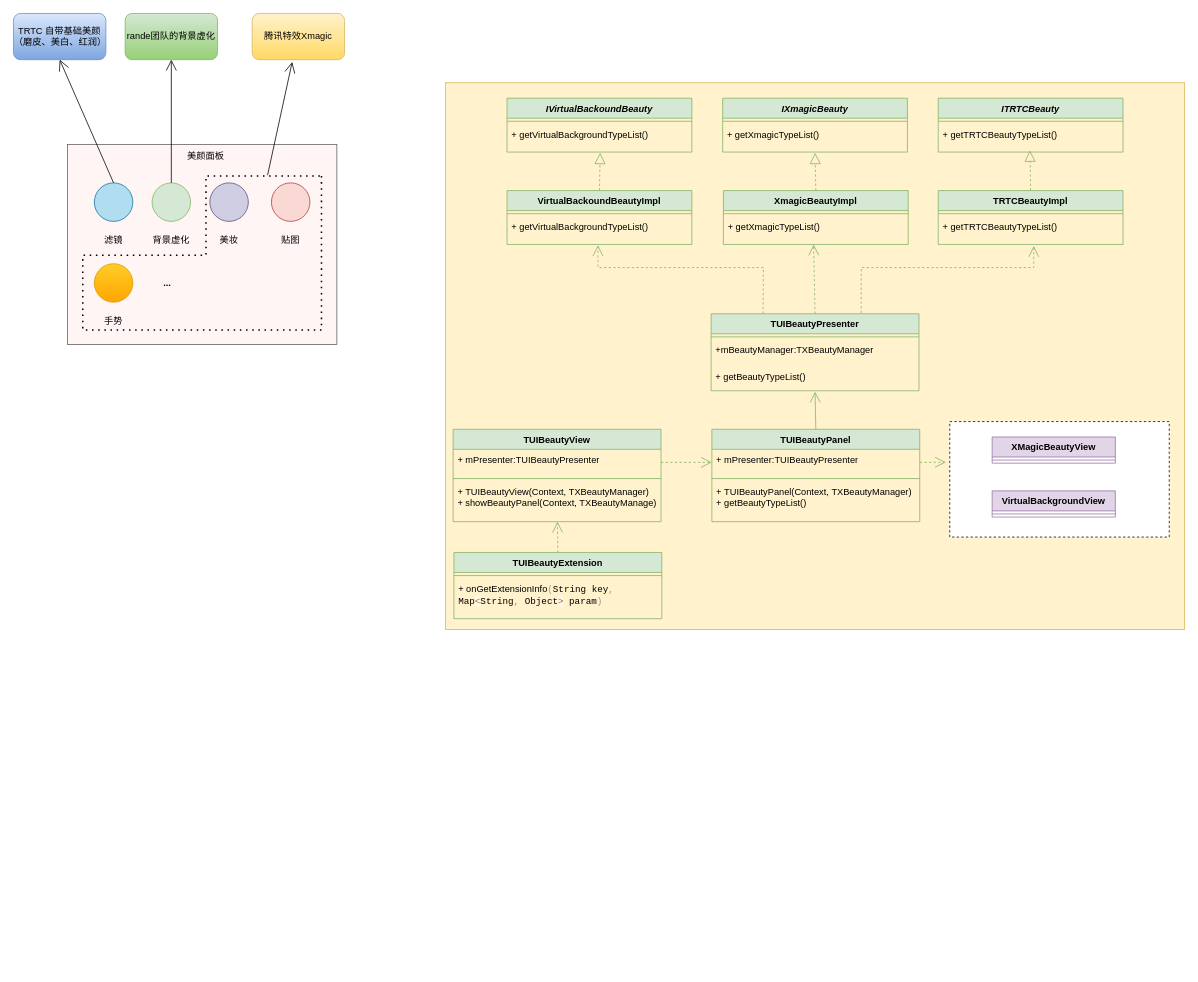
Before: diagrams/tuilivekit.drawio in paopaosecret/resources, a draw.io diagram. Source tidied: cells renumbered, new cells numbered last; positions are measured from the earlier drawing's top-left corner, leaving out a move shared by most shapes. Both pictures are drawn from the tidied source at 77%, with x=0, y=0 at pixel (13, 13).
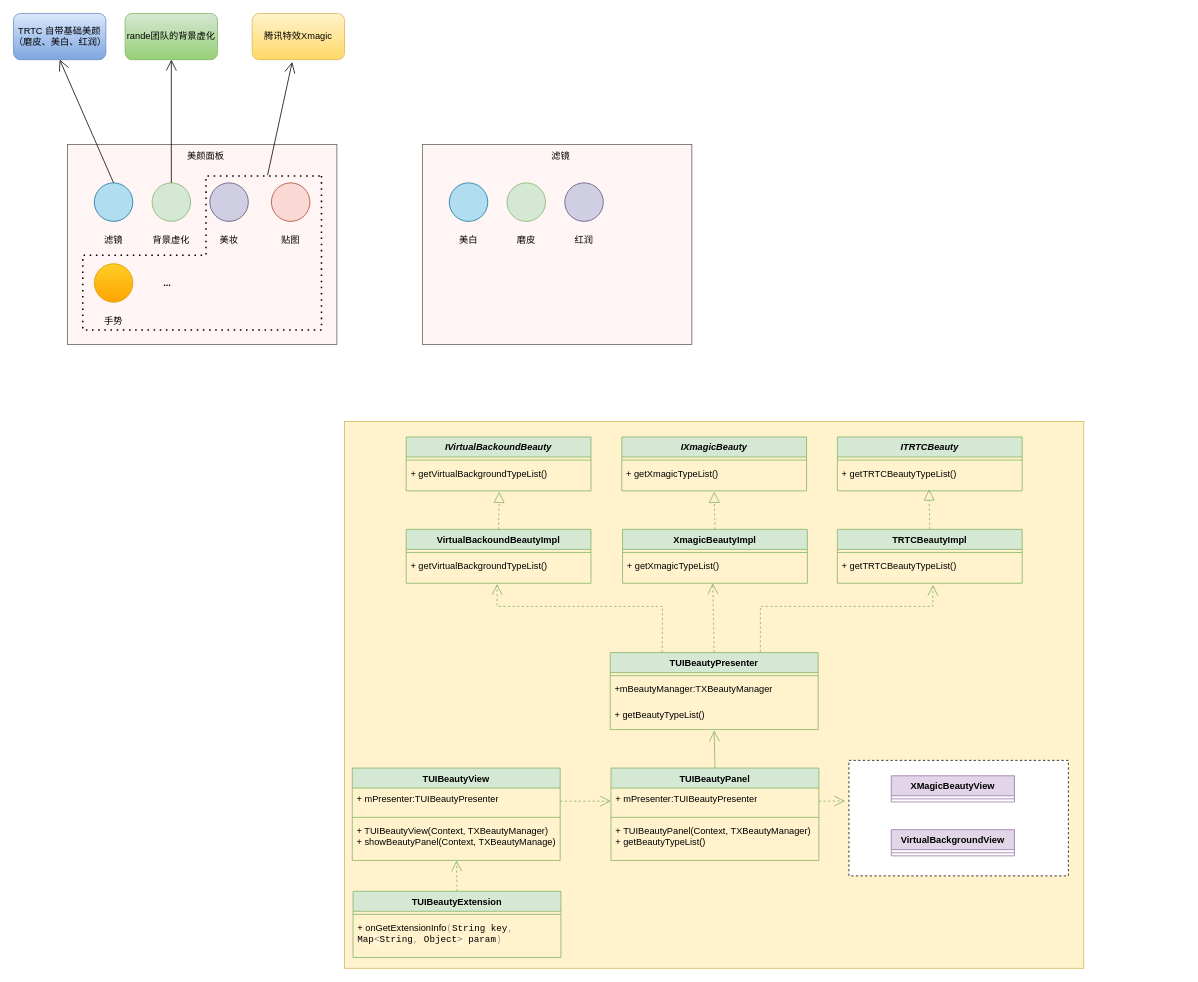
After the change.

The change refers to these unchanged cells:
```xml
<mxCell id="47" value="+ getVirtualBackgroundTypeList()" style="text;align=left;verticalAlign=top;spacingLeft=4;spacingRight=4;overflow=hidden;points=[[0,0.5],[1,0.5]];portConstraint=eastwest;whiteSpace=wrap;html=1;" parent="45" vertex="1">
  <mxGeometry y="34" width="240" height="36" as="geometry" />
</mxCell>
```

What changed in the source:
```diff
@@
     <mxCell id="2" style="rounded=0;whiteSpace=wrap;html=1;fillColor=#fff2cc;strokeColor=#d6b656;" parent="1" vertex="1">
-      <mxGeometry x="561" y="90" width="960" height="710" as="geometry" />
+      <mxGeometry x="430" y="530" width="960" height="710" as="geometry" />
     </mxCell>
@@
     <mxCell id="23" value="TUIBeautyPresenter" style="swimlane;fontStyle=1;align=center;verticalAlign=top;horizontal=1;startSize=26;whiteSpace=wrap;html=1;fillColor=#d5e8d4;strokeColor=#82b366;" parent="1" vertex="1">
-      <mxGeometry x="906" y="390" width="270" height="100" as="geometry" />
+      <mxGeometry x="775" y="830" width="270" height="100" as="geometry" />
     </mxCell>
@@
     <mxCell id="27" value="&lt;i&gt;ITRTCBeauty&lt;/i&gt;" style="swimlane;fontStyle=1;align=center;verticalAlign=top;horizontal=1;startSize=26;whiteSpace=wrap;html=1;fillColor=#d5e8d4;strokeColor=#82b366;" parent="1" vertex="1">
-      <mxGeometry x="1201" y="110" width="240" height="70" as="geometry" />
+      <mxGeometry x="1070" y="550" width="240" height="70" as="geometry" />
     </mxCell>
@@
     <mxCell id="30" value="TUIBeautyView" style="swimlane;fontStyle=1;align=center;verticalAlign=top;horizontal=1;startSize=26;whiteSpace=wrap;html=1;fillColor=#d5e8d4;strokeColor=#82b366;" parent="1" vertex="1">
-      <mxGeometry x="571" y="540" width="270" height="120" as="geometry" />
+      <mxGeometry x="440" y="980" width="270" height="120" as="geometry" />
     </mxCell>
@@
     <mxCell id="34" value="&lt;i&gt;IVirtualBackoundBeauty&lt;/i&gt;" style="swimlane;fontStyle=1;align=center;verticalAlign=top;horizontal=1;startSize=26;whiteSpace=wrap;html=1;fillColor=#d5e8d4;strokeColor=#82b366;" parent="1" vertex="1">
-      <mxGeometry x="641" y="110" width="240" height="70" as="geometry" />
+      <mxGeometry x="510" y="550" width="240" height="70" as="geometry" />
     </mxCell>
@@
     <mxCell id="37" value="&lt;i&gt;IXmagicBeauty&lt;/i&gt;" style="swimlane;fontStyle=1;align=center;verticalAlign=top;horizontal=1;startSize=26;whiteSpace=wrap;html=1;fillColor=#d5e8d4;strokeColor=#82b366;" parent="1" vertex="1">
-      <mxGeometry x="921" y="110" width="240" height="70" as="geometry" />
+      <mxGeometry x="790" y="550" width="240" height="70" as="geometry" />
     </mxCell>
@@
     <mxCell id="41" value="TUIBeautyExtension" style="swimlane;fontStyle=1;align=center;verticalAlign=top;horizontal=1;startSize=26;whiteSpace=wrap;html=1;fillColor=#d5e8d4;strokeColor=#82b366;" parent="1" vertex="1">
-      <mxGeometry x="572" y="700" width="270" height="86" as="geometry" />
+      <mxGeometry x="441" y="1140" width="270" height="86" as="geometry" />
     </mxCell>
@@
     <mxCell id="45" value="VirtualBackoundBeautyImpl" style="swimlane;fontStyle=1;align=center;verticalAlign=top;horizontal=1;startSize=26;whiteSpace=wrap;html=1;fillColor=#d5e8d4;strokeColor=#82b366;" parent="1" vertex="1">
-      <mxGeometry x="641" y="230" width="240" height="70" as="geometry" />
+      <mxGeometry x="510" y="670" width="240" height="70" as="geometry" />
     </mxCell>
@@
     <mxCell id="48" value="XmagicBeautyImpl" style="swimlane;fontStyle=1;align=center;verticalAlign=top;horizontal=1;startSize=26;whiteSpace=wrap;html=1;fillColor=#d5e8d4;strokeColor=#82b366;" parent="1" vertex="1">
-      <mxGeometry x="922" y="230" width="240" height="70" as="geometry" />
+      <mxGeometry x="791" y="670" width="240" height="70" as="geometry" />
     </mxCell>
@@
     <mxCell id="51" value="TRTCBeautyImpl" style="swimlane;fontStyle=1;align=center;verticalAlign=top;horizontal=1;startSize=26;whiteSpace=wrap;html=1;fillColor=#d5e8d4;strokeColor=#82b366;" parent="1" vertex="1">
-      <mxGeometry x="1201" y="230" width="240" height="70" as="geometry" />
+      <mxGeometry x="1070" y="670" width="240" height="70" as="geometry" />
     </mxCell>
@@
     <mxCell id="58" style="endArrow=open;endSize=12;dashed=1;html=1;rounded=0;exitX=0.722;exitY=-0.01;exitDx=0;exitDy=0;entryX=0.513;entryY=1.056;entryDx=0;entryDy=0;entryPerimeter=0;exitPerimeter=0;fillColor=#d5e8d4;strokeColor=#82b366;" parent="1" edge="1" source="23">
       <mxGeometry relative="1" as="geometry">
-        <mxPoint x="1325.1" y="302" as="targetPoint" />
+        <mxPoint x="1194.1" y="742" as="targetPoint" />
         <Array as="points">
-          <mxPoint x="1101" y="330" />
-          <mxPoint x="1325" y="330" />
+          <mxPoint x="970" y="770" />
+          <mxPoint x="1194" y="770" />
         </Array>
       </mxGeometry>
     </mxCell>
     <mxCell id="59" style="endArrow=open;endSize=12;dashed=1;html=1;rounded=0;exitX=0.25;exitY=0;exitDx=0;exitDy=0;entryX=0.492;entryY=1.028;entryDx=0;entryDy=0;entryPerimeter=0;fillColor=#d5e8d4;strokeColor=#82b366;" parent="1" edge="1" source="23" target="47">
       <mxGeometry relative="1" as="geometry">
         <Array as="points">
-          <mxPoint x="974" y="330" />
-          <mxPoint x="759" y="330" />
+          <mxPoint x="843" y="770" />
+          <mxPoint x="628" y="770" />
         </Array>
       </mxGeometry>
     </mxCell>
     <mxCell id="60" value="TUIBeautyPanel" style="swimlane;fontStyle=1;align=center;verticalAlign=top;horizontal=1;startSize=26;whiteSpace=wrap;html=1;fillColor=#d5e8d4;strokeColor=#82b366;" parent="1" vertex="1">
-      <mxGeometry x="907" y="540" width="270" height="120" as="geometry" />
+      <mxGeometry x="776" y="980" width="270" height="120" as="geometry" />
     </mxCell>
@@
     <mxCell id="65" style="rounded=0;whiteSpace=wrap;html=1;dashed=1;" parent="1" vertex="1">
-      <mxGeometry x="1216" y="530" width="285" height="150" as="geometry" />
+      <mxGeometry x="1085" y="970" width="285" height="150" as="geometry" />
     </mxCell>
     <mxCell id="66" value="XMagicBeautyView" style="swimlane;fontStyle=1;align=center;verticalAlign=top;horizontal=1;startSize=26;whiteSpace=wrap;html=1;fillColor=#e1d5e7;strokeColor=#9673a6;" parent="1" vertex="1">
-      <mxGeometry x="1271" y="550" width="160" height="34" as="geometry" />
+      <mxGeometry x="1140" y="990" width="160" height="34" as="geometry" />
     </mxCell>
@@
     <mxCell id="68" value="VirtualBackgroundView" style="swimlane;fontStyle=1;align=center;verticalAlign=top;horizontal=1;startSize=26;whiteSpace=wrap;html=1;fillColor=#e1d5e7;strokeColor=#9673a6;" parent="1" vertex="1">
-      <mxGeometry x="1271" y="620" width="160" height="34" as="geometry" />
+      <mxGeometry x="1140" y="1060" width="160" height="34" as="geometry" />
     </mxCell>
@@
+    <mxCell id="71" style="rounded=0;whiteSpace=wrap;html=1;strokeColor=#5C5C5C;fillColor=#FFF5F5;" parent="1" vertex="1">
+      <mxGeometry x="531" y="170" width="350" height="260" as="geometry" />
+    </mxCell>
+    <mxCell id="72" value="滤镜" style="text;html=1;strokeColor=none;fillColor=none;align=center;verticalAlign=middle;whiteSpace=wrap;rounded=0;" parent="1" vertex="1">
+      <mxGeometry x="681" y="170" width="60" height="30" as="geometry" />
+    </mxCell>
+    <mxCell id="73" style="ellipse;whiteSpace=wrap;html=1;fillColor=#b1ddf0;strokeColor=#10739e;" parent="1" vertex="1">
+      <mxGeometry x="566" y="220" width="50" height="50" as="geometry" />
+    </mxCell>
+    <mxCell id="74" value="美白" style="text;html=1;strokeColor=none;fillColor=none;align=center;verticalAlign=middle;whiteSpace=wrap;rounded=0;" parent="1" vertex="1">
+      <mxGeometry x="561" y="280" width="60" height="30" as="geometry" />
+    </mxCell>
+    <mxCell id="75" style="ellipse;whiteSpace=wrap;html=1;fillColor=#d5e8d4;strokeColor=#82b366;" parent="1" vertex="1">
+      <mxGeometry x="641" y="220" width="50" height="50" as="geometry" />
+    </mxCell>
+    <mxCell id="76" value="磨皮" style="text;html=1;strokeColor=none;fillColor=none;align=center;verticalAlign=middle;whiteSpace=wrap;rounded=0;" parent="1" vertex="1">
+      <mxGeometry x="636" y="280" width="60" height="30" as="geometry" />
+    </mxCell>
+    <mxCell id="77" style="ellipse;whiteSpace=wrap;html=1;fillColor=#d0cee2;strokeColor=#56517e;" parent="1" vertex="1">
+      <mxGeometry x="716" y="220" width="50" height="50" as="geometry" />
+    </mxCell>
+    <mxCell id="78" value="红润" style="text;html=1;strokeColor=none;fillColor=none;align=center;verticalAlign=middle;whiteSpace=wrap;rounded=0;" parent="1" vertex="1">
+      <mxGeometry x="711" y="280" width="60" height="30" as="geometry" />
+    </mxCell>
```
